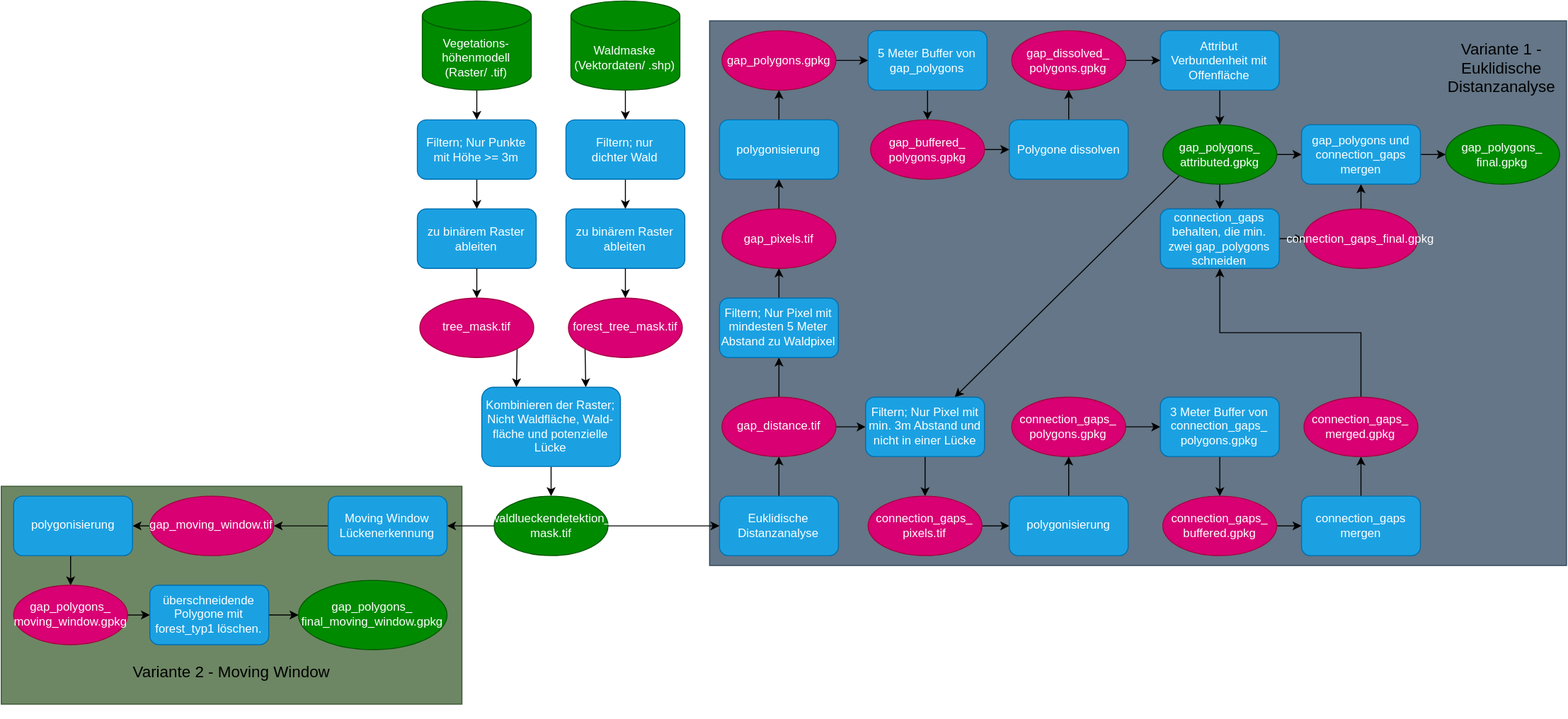
Above: Lueckendetektion.drawio.svg in liobio72/Lueckendetektion (draw.io), before the change. Source tidied: cells renumbered, new cells last; positions are measured from the earlier drawing's top-left corner, leaving out a move shared by most shapes.
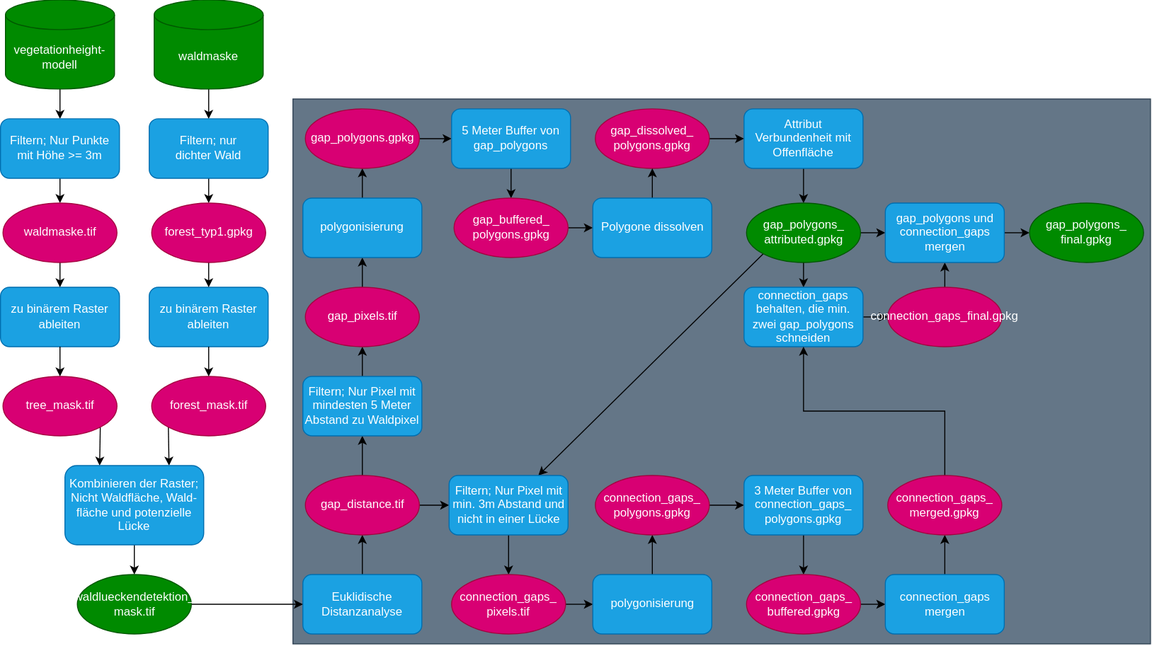
Above is the later version.

Diff of the diagram source:
```diff
@@ -2,23 +2,20 @@
   <root>
     <mxCell id="0" />
     <mxCell id="1" parent="0" />
-    <mxCell id="2" style="rounded=0;whiteSpace=wrap;html=1;fillColor=#6d8764;fontColor=#ffffff;strokeColor=#3A5431;" parent="1" vertex="1">
-      <mxGeometry y="490" width="465" height="220" as="geometry" />
-    </mxCell>
     <mxCell id="3" style="rounded=0;whiteSpace=wrap;html=1;fillColor=#647687;strokeColor=#314354;fontColor=#ffffff;" parent="1" vertex="1">
       <mxGeometry x="715" y="20" width="865" height="550" as="geometry" />
     </mxCell>
     <mxCell id="4" style="edgeStyle=orthogonalEdgeStyle;rounded=0;jettySize=auto;html=1;exitX=0.5;exitY=1;exitDx=0;exitDy=0;exitPerimeter=0;entryX=0.5;entryY=0;entryDx=0;entryDy=0;" parent="1" edge="1" source="5" target="13">
       <mxGeometry relative="1" as="geometry" />
     </mxCell>
-    <mxCell id="5" value="Vegetations-&lt;div&gt;höhenmodell&lt;/div&gt;&lt;div&gt;(Raster/ .tif)&lt;/div&gt;" style="shape=cylinder3;whiteSpace=wrap;html=1;boundedLbl=1;backgroundOutline=1;size=15;fillColor=#008a00;fontColor=#ffffff;strokeColor=#005700;" parent="1" vertex="1">
-      <mxGeometry x="425" width="110" height="90" as="geometry" />
+    <mxCell id="5" value="vegetationheight-&lt;div&gt;modell&lt;/div&gt;" style="shape=cylinder3;whiteSpace=wrap;html=1;boundedLbl=1;backgroundOutline=1;size=15;fillColor=#008a00;fontColor=#ffffff;strokeColor=#005700;" parent="1" vertex="1">
+      <mxGeometry x="425" y="-80" width="110" height="90" as="geometry" />
     </mxCell>
     <mxCell id="6" style="edgeStyle=orthogonalEdgeStyle;rounded=0;jettySize=auto;html=1;exitX=0.5;exitY=1;exitDx=0;exitDy=0;exitPerimeter=0;entryX=0.5;entryY=0;entryDx=0;entryDy=0;" parent="1" edge="1" source="7" target="15">
       <mxGeometry relative="1" as="geometry" />
     </mxCell>
-    <mxCell id="7" value="Waldmaske&lt;div&gt;(Vektordaten/ .shp)&lt;/div&gt;" style="shape=cylinder3;whiteSpace=wrap;html=1;boundedLbl=1;backgroundOutline=1;size=15;fillColor=#008a00;fontColor=#ffffff;strokeColor=#005700;" parent="1" vertex="1">
-      <mxGeometry x="575" width="110" height="90" as="geometry" />
+    <mxCell id="7" value="waldmaske" style="shape=cylinder3;whiteSpace=wrap;html=1;boundedLbl=1;backgroundOutline=1;size=15;fillColor=#008a00;fontColor=#ffffff;strokeColor=#005700;" parent="1" vertex="1">
+      <mxGeometry x="575" y="-80" width="110" height="90" as="geometry" />
     </mxCell>
     <mxCell id="8" style="edgeStyle=orthogonalEdgeStyle;rounded=0;jettySize=auto;html=1;exitX=1;exitY=1;exitDx=0;exitDy=0;entryX=0.25;entryY=0;entryDx=0;entryDy=0;" parent="1" edge="1" source="9" target="21">
       <mxGeometry relative="1" as="geometry" />
@@ -29,20 +26,20 @@
     <mxCell id="10" style="edgeStyle=orthogonalEdgeStyle;rounded=0;jettySize=auto;html=1;exitX=0;exitY=1;exitDx=0;exitDy=0;entryX=0.75;entryY=0;entryDx=0;entryDy=0;" parent="1" edge="1" source="11" target="21">
       <mxGeometry relative="1" as="geometry" />
     </mxCell>
-    <mxCell id="11" value="forest_tree_mask.tif" style="ellipse;whiteSpace=wrap;html=1;fillColor=#d80073;fontColor=#ffffff;strokeColor=#A50040;" parent="1" vertex="1">
+    <mxCell id="11" value="forest_mask.tif" style="ellipse;whiteSpace=wrap;html=1;fillColor=#d80073;fontColor=#ffffff;strokeColor=#A50040;" parent="1" vertex="1">
       <mxGeometry x="572.5" y="300" width="115" height="60" as="geometry" />
     </mxCell>
-    <mxCell id="12" style="edgeStyle=orthogonalEdgeStyle;rounded=0;jettySize=auto;html=1;exitX=0.5;exitY=1;exitDx=0;exitDy=0;entryX=0.5;entryY=0;entryDx=0;entryDy=0;" parent="1" edge="1" source="13" target="17">
-      <mxGeometry relative="1" as="geometry" />
-    </mxCell>
+    <mxCell id="88" style="edgeStyle=orthogonalEdgeStyle;rounded=0;jettySize=auto;html=1;exitX=0.5;exitY=1;exitDx=0;exitDy=0;entryX=0.5;entryY=0;entryDx=0;entryDy=0;" parent="1" edge="1" source="13" target="91">
+      <mxGeometry relative="1" as="geometry" />
+    </mxCell>
     <mxCell id="13" value="Filtern; Nur Punkte&lt;div&gt;mit Höhe &amp;gt;= 3m&lt;/div&gt;" style="rounded=1;whiteSpace=wrap;html=1;fillColor=#1ba1e2;fontColor=#ffffff;strokeColor=#006EAF;" parent="1" vertex="1">
-      <mxGeometry x="420" y="120" width="120" height="60" as="geometry" />
+      <mxGeometry x="420" y="40" width="120" height="60" as="geometry" />
     </mxCell>
-    <mxCell id="14" style="edgeStyle=orthogonalEdgeStyle;rounded=0;jettySize=auto;html=1;exitX=0.5;exitY=1;exitDx=0;exitDy=0;entryX=0.5;entryY=0;entryDx=0;entryDy=0;" parent="1" edge="1" source="15" target="16">
-      <mxGeometry relative="1" as="geometry" />
-    </mxCell>
+    <mxCell id="89" style="edgeStyle=orthogonalEdgeStyle;rounded=0;jettySize=auto;html=1;exitX=0.5;exitY=1;exitDx=0;exitDy=0;entryX=0.5;entryY=0;entryDx=0;entryDy=0;" parent="1" edge="1" source="15" target="93">
+      <mxGeometry relative="1" as="geometry" />
+    </mxCell>
     <mxCell id="15" value="Filtern; nur&lt;div&gt;dichter Wald&lt;/div&gt;" style="rounded=1;whiteSpace=wrap;html=1;fillColor=#1ba1e2;fontColor=#ffffff;strokeColor=#006EAF;" parent="1" vertex="1">
-      <mxGeometry x="570" y="120" width="120" height="60" as="geometry" />
+      <mxGeometry x="570" y="40" width="120" height="60" as="geometry" />
     </mxCell>
     <mxCell id="16" value="zu binärem Raster&lt;div&gt;ableiten&lt;/div&gt;" style="rounded=1;whiteSpace=wrap;html=1;fillColor=#1ba1e2;fontColor=#ffffff;strokeColor=#006EAF;" parent="1" vertex="1">
       <mxGeometry x="570" y="210" width="120" height="60" as="geometry" />
@@ -116,9 +113,6 @@
     <mxCell id="39" style="edgeStyle=orthogonalEdgeStyle;rounded=0;jettySize=auto;html=1;exitX=1;exitY=0.5;exitDx=0;exitDy=0;entryX=0;entryY=0.5;entryDx=0;entryDy=0;" parent="1" edge="1" source="41" target="23">
       <mxGeometry relative="1" as="geometry" />
     </mxCell>
-    <mxCell id="40" style="edgeStyle=orthogonalEdgeStyle;rounded=0;jettySize=auto;html=1;exitX=0;exitY=0.5;exitDx=0;exitDy=0;entryX=1;entryY=0.5;entryDx=0;entryDy=0;" parent="1" edge="1" source="41" target="54">
-      <mxGeometry relative="1" as="geometry" />
-    </mxCell>
     <mxCell id="41" value="waldlueckendetektion_&lt;div&gt;&lt;span style=&quot;background-color: transparent; color: light-dark(rgb(255, 255, 255), rgb(18, 18, 18));&quot;&gt;mask.tif&lt;/span&gt;&lt;/div&gt;" style="ellipse;whiteSpace=wrap;html=1;fillColor=#008a00;fontColor=#ffffff;strokeColor=#005700;" parent="1" vertex="1">
       <mxGeometry x="497.5" y="500" width="115" height="60" as="geometry" />
     </mxCell>
@@ -152,45 +146,26 @@
     <mxCell id="51" value="gap_polygons_&lt;div&gt;&lt;span style=&quot;background-color: transparent; color: light-dark(rgb(255, 255, 255), rgb(18, 18, 18));&quot;&gt;attributed.gpkg&lt;/span&gt;&lt;/div&gt;" style="ellipse;whiteSpace=wrap;html=1;fillColor=#008a00;fontColor=#ffffff;strokeColor=#005700;" parent="1" vertex="1">
       <mxGeometry x="1172.5" y="125" width="115" height="60" as="geometry" />
     </mxCell>
-    <mxCell id="52" value="&lt;font style=&quot;font-size: 16px;&quot;&gt;Variante 1 - Euklidische Distanzanalyse&lt;/font&gt;" style="text;html=1;whiteSpace=wrap;strokeColor=none;fillColor=none;align=center;verticalAlign=middle;rounded=0;" parent="1" vertex="1">
-      <mxGeometry x="1450" y="20" width="130" height="95" as="geometry" />
-    </mxCell>
-    <mxCell id="53" style="edgeStyle=orthogonalEdgeStyle;rounded=0;jettySize=auto;html=1;exitX=0;exitY=0.5;exitDx=0;exitDy=0;entryX=1;entryY=0.5;entryDx=0;entryDy=0;" parent="1" edge="1" source="54" target="56">
-      <mxGeometry relative="1" as="geometry" />
+    <mxCell id="53" style="edgeStyle=orthogonalEdgeStyle;rounded=0;jettySize=auto;html=1;exitX=0;exitY=0.5;exitDx=0;exitDy=0;entryX=1;entryY=0.5;entryDx=0;entryDy=0;" parent="1" edge="1" target="x">
+      <mxGeometry relative="1" as="geometry">
+        <mxPoint x="330" y="530" as="sourcePoint" />
+      </mxGeometry>
     </mxCell>
-    <mxCell id="54" value="Moving Window&lt;div&gt;Lückenerkennung&lt;/div&gt;" style="rounded=1;whiteSpace=wrap;html=1;fillColor=#1ba1e2;fontColor=#ffffff;strokeColor=#006EAF;" parent="1" vertex="1">
-      <mxGeometry x="330" y="500" width="120" height="60" as="geometry" />
-    </mxCell>
-    <mxCell id="55" style="edgeStyle=orthogonalEdgeStyle;rounded=0;jettySize=auto;html=1;exitX=0;exitY=0.5;exitDx=0;exitDy=0;entryX=1;entryY=0.5;entryDx=0;entryDy=0;" parent="1" edge="1" source="56" target="58">
-      <mxGeometry relative="1" as="geometry" />
+    <mxCell id="55" style="edgeStyle=orthogonalEdgeStyle;rounded=0;jettySize=auto;html=1;exitX=0;exitY=0.5;exitDx=0;exitDy=0;entryX=1;entryY=0.5;entryDx=0;entryDy=0;" parent="1" edge="1" source="x">
+      <mxGeometry relative="1" as="geometry">
+        <mxPoint x="132.5" y="530" as="targetPoint" />
+      </mxGeometry>
     </mxCell>
-    <mxCell id="56" value="gap_moving_window.tif" style="ellipse;whiteSpace=wrap;html=1;fillColor=#d80073;fontColor=#ffffff;strokeColor=#A50040;" parent="1" vertex="1">
-      <mxGeometry x="150" y="500" width="125" height="60" as="geometry" />
-    </mxCell>
-    <mxCell id="57" style="edgeStyle=orthogonalEdgeStyle;rounded=0;jettySize=auto;html=1;exitX=0.5;exitY=1;exitDx=0;exitDy=0;entryX=0.5;entryY=0;entryDx=0;entryDy=0;" parent="1" edge="1" source="58" target="60">
-      <mxGeometry relative="1" as="geometry" />
+    <mxCell id="57" style="edgeStyle=orthogonalEdgeStyle;rounded=0;jettySize=auto;html=1;exitX=0.5;exitY=1;exitDx=0;exitDy=0;entryX=0.5;entryY=0;entryDx=0;entryDy=0;" parent="1" edge="1" source="x">
+      <mxGeometry relative="1" as="geometry">
+        <mxPoint x="70" y="590" as="targetPoint" />
+      </mxGeometry>
     </mxCell>
-    <mxCell id="58" value="polygonisierung" style="rounded=1;whiteSpace=wrap;html=1;fillColor=#1ba1e2;fontColor=#ffffff;strokeColor=#006EAF;" parent="1" vertex="1">
-      <mxGeometry x="12.5" y="500" width="120" height="60" as="geometry" />
-    </mxCell>
-    <mxCell id="59" style="edgeStyle=orthogonalEdgeStyle;rounded=0;jettySize=auto;html=1;exitX=1;exitY=0.5;exitDx=0;exitDy=0;entryX=0;entryY=0.5;entryDx=0;entryDy=0;" parent="1" edge="1" source="60" target="62">
-      <mxGeometry relative="1" as="geometry" />
+    <mxCell id="59" style="edgeStyle=orthogonalEdgeStyle;rounded=0;jettySize=auto;html=1;exitX=1;exitY=0.5;exitDx=0;exitDy=0;entryX=0;entryY=0.5;entryDx=0;entryDy=0;" parent="1" edge="1" source="x">
+      <mxGeometry relative="1" as="geometry">
+        <mxPoint x="150" y="620" as="targetPoint" />
+      </mxGeometry>
     </mxCell>
-    <mxCell id="60" value="gap_polygons_&lt;div&gt;moving_window.gpkg&lt;/div&gt;" style="ellipse;whiteSpace=wrap;html=1;fillColor=#d80073;fontColor=#ffffff;strokeColor=#A50040;" parent="1" vertex="1">
-      <mxGeometry x="12.5" y="590" width="115" height="60" as="geometry" />
-    </mxCell>
-    <mxCell id="61" style="edgeStyle=orthogonalEdgeStyle;rounded=0;jettySize=auto;html=1;exitX=1;exitY=0.5;exitDx=0;exitDy=0;entryX=0;entryY=0.5;entryDx=0;entryDy=0;" parent="1" edge="1" source="62" target="63">
-      <mxGeometry relative="1" as="geometry" />
-    </mxCell>
-    <mxCell id="62" value="überschneidende Polygone mit forest_typ1 löschen." style="rounded=1;whiteSpace=wrap;html=1;fillColor=#1ba1e2;fontColor=#ffffff;strokeColor=#006EAF;" parent="1" vertex="1">
-      <mxGeometry x="150" y="590" width="120" height="60" as="geometry" />
-    </mxCell>
-    <mxCell id="63" value="gap_polygons_&lt;div&gt;final_moving_window.gpkg&lt;/div&gt;" style="ellipse;whiteSpace=wrap;html=1;fillColor=#008a00;fontColor=#ffffff;strokeColor=#005700;" parent="1" vertex="1">
-      <mxGeometry x="300" y="585" width="150" height="70" as="geometry" />
-    </mxCell>
-    <mxCell id="64" value="&lt;font style=&quot;font-size: 16px;&quot;&gt;Variante 2 - Moving Window&lt;/font&gt;" style="text;html=1;whiteSpace=wrap;strokeColor=none;fillColor=none;align=center;verticalAlign=middle;rounded=0;" parent="1" vertex="1">
-      <mxGeometry x="37.5" y="630" width="390" height="95" as="geometry" />
-    </mxCell>
     <mxCell id="65" style="edgeStyle=orthogonalEdgeStyle;rounded=0;jettySize=auto;html=1;exitX=0.5;exitY=1;exitDx=0;exitDy=0;entryX=0.5;entryY=0;entryDx=0;entryDy=0;" parent="1" edge="1" source="66" target="68">
       <mxGeometry relative="1" as="geometry" />
     </mxCell>
@@ -260,5 +235,17 @@
     <mxCell id="87" value="gap_polygons_&lt;div&gt;final&lt;span style=&quot;background-color: transparent; color: light-dark(rgb(255, 255, 255), rgb(18, 18, 18));&quot;&gt;.gpkg&lt;/span&gt;&lt;/div&gt;" style="ellipse;whiteSpace=wrap;html=1;fillColor=#008a00;fontColor=#ffffff;strokeColor=#005700;" parent="1" vertex="1">
       <mxGeometry x="1458" y="125" width="115" height="60" as="geometry" />
     </mxCell>
+    <mxCell id="90" style="edgeStyle=orthogonalEdgeStyle;rounded=0;jettySize=auto;html=1;exitX=0.5;exitY=1;exitDx=0;exitDy=0;entryX=0.5;entryY=0;entryDx=0;entryDy=0;" parent="1" edge="1" source="91" target="17">
+      <mxGeometry relative="1" as="geometry" />
+    </mxCell>
+    <mxCell id="91" value="waldmaske.tif" style="ellipse;whiteSpace=wrap;html=1;fillColor=#d80073;fontColor=#ffffff;strokeColor=#A50040;" parent="1" vertex="1">
+      <mxGeometry x="422.5" y="125" width="115" height="60" as="geometry" />
+    </mxCell>
+    <mxCell id="92" style="edgeStyle=orthogonalEdgeStyle;rounded=0;jettySize=auto;html=1;exitX=0.5;exitY=1;exitDx=0;exitDy=0;entryX=0.5;entryY=0;entryDx=0;entryDy=0;" parent="1" edge="1" source="93" target="16">
+      <mxGeometry relative="1" as="geometry" />
+    </mxCell>
+    <mxCell id="93" value="forest_typ1.gpkg" style="ellipse;whiteSpace=wrap;html=1;fillColor=#d80073;fontColor=#ffffff;strokeColor=#A50040;" parent="1" vertex="1">
+      <mxGeometry x="572.5" y="125" width="115" height="60" as="geometry" />
+    </mxCell>
   </root>
 </mxGraphModel>
```
